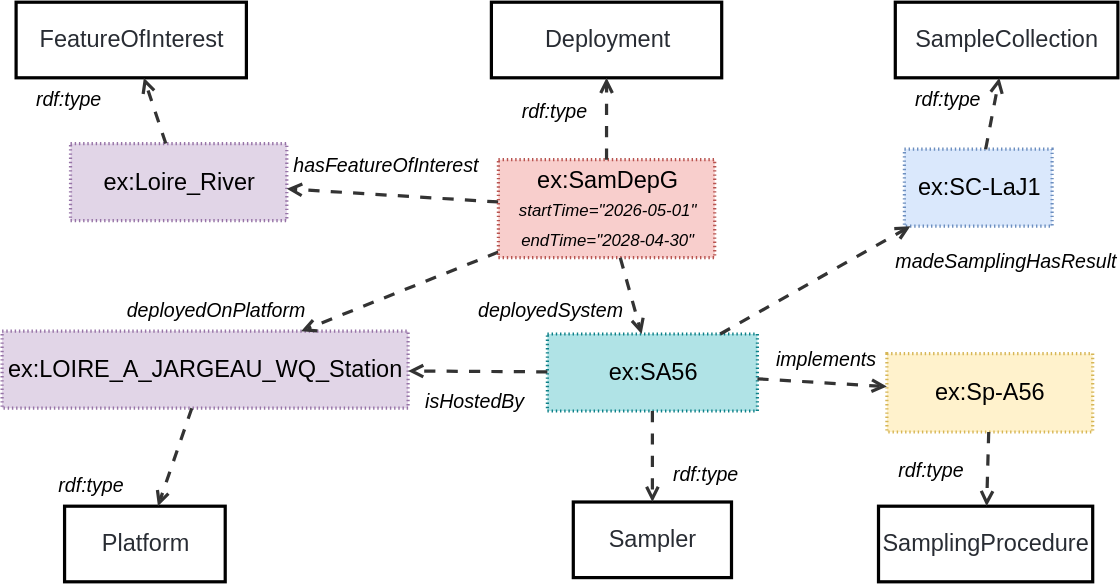
Above: ssn/images/PlannedDeployment.svg in w3c/sdw-sosa-ssn (draw.io), before the change. Source tidied: cells renumbered, new cells last; positions are measured from the earlier drawing's top-left corner, leaving out a move shared by most shapes.
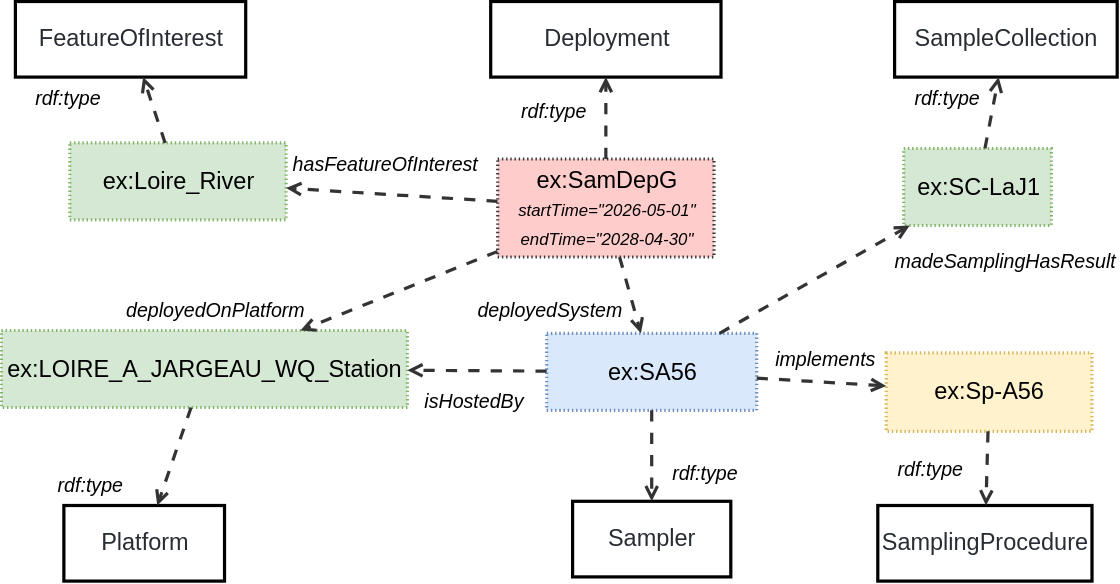
Later version of the same file.

Diff of the diagram source:
```diff
@@ -2,7 +2,7 @@
   <root>
     <mxCell id="0" />
     <mxCell id="1" parent="0" />
-    <mxCell id="2" value="ex:SC-LaJ1" style="html=1;overflow=block;blockSpacing=1;whiteSpace=wrap;fontSize=16.8;align=center;spacing=0;strokeOpacity=100;fillColor=#dae8fc;dashed=1;fixDash=1;dashPattern=1 2;strokeWidth=2.3;strokeColor=#6c8ebf;" parent="1" vertex="1">
+    <mxCell id="2" value="ex:SC-LaJ1" style="html=1;overflow=block;blockSpacing=1;whiteSpace=wrap;fontSize=16.8;align=center;spacing=0;strokeOpacity=100;fillColor=#d5e8d4;dashed=1;fixDash=1;dashPattern=1 2;strokeWidth=2.3;strokeColor=#82b366;" parent="1" vertex="1">
       <mxGeometry x="644.5" y="105" width="105.5" height="55" as="geometry" />
     </mxCell>
     <mxCell id="3" value="SampleCollection" style="html=1;overflow=block;blockSpacing=1;whiteSpace=wrap;fontSize=16.8;fontColor=#282c33;align=center;spacing=0;strokeOpacity=100;fillColor=none;strokeWidth=2.3;" parent="1" vertex="1">
@@ -14,7 +14,7 @@
     <mxCell id="5" value="rdf:type" style="html=1;overflow=block;blockSpacing=1;whiteSpace=wrap;fontSize=14;fontStyle=2;align=center;spacing=0;strokeColor=none;strokeOpacity=100;fillOpacity=100;fillColor=none;strokeWidth=2.3;lucidId=ZyNQdXScJ7d8;" parent="1" vertex="1">
       <mxGeometry x="638" y="54" width="75" height="30" as="geometry" />
     </mxCell>
-    <mxCell id="6" value="ex:Loire_River" style="html=1;overflow=block;blockSpacing=1;whiteSpace=wrap;fontSize=16.8;align=center;spacing=0;strokeOpacity=100;fillColor=#e1d5e7;dashed=1;fixDash=1;dashPattern=1 2;strokeWidth=2.3;strokeColor=#9673a6;" parent="1" vertex="1">
+    <mxCell id="6" value="ex:Loire_River" style="html=1;overflow=block;blockSpacing=1;whiteSpace=wrap;fontSize=16.8;align=center;spacing=0;strokeOpacity=100;fillColor=#d5e8d4;dashed=1;fixDash=1;dashPattern=1 2;strokeWidth=2.3;strokeColor=#82b366;" parent="1" vertex="1">
       <mxGeometry x="48.9" y="101" width="154.5" height="55" as="geometry" />
     </mxCell>
     <mxCell id="7" style="html=1;jettySize=18;whiteSpace=wrap;fontSize=13;strokeColor=#333333;strokeOpacity=100;dashed=1;fixDash=1;dashPattern=8 8;strokeWidth=2.3;rounded=0;arcSize=24;startArrow=none;endArrow=open;lucidId=a.MQUB3mGXbf;" parent="1" edge="1" source="30" target="6">
@@ -32,7 +32,7 @@
     <mxCell id="11" style="html=1;jettySize=18;whiteSpace=wrap;fontSize=13;strokeColor=#333333;strokeOpacity=100;dashed=1;fixDash=1;dashPattern=8 8;strokeWidth=2.3;rounded=0;startArrow=none;endArrow=open;lucidId=XvNQ3zJcAKRb;" parent="1" edge="1" source="6" target="9">
       <mxGeometry relative="1" as="geometry" />
     </mxCell>
-    <mxCell id="12" value="ex:SA56" style="html=1;overflow=block;blockSpacing=1;whiteSpace=wrap;fontSize=16.8;align=center;spacing=0;strokeOpacity=100;fillColor=#b0e3e6;dashed=1;fixDash=1;dashPattern=1 2;strokeWidth=2.3;strokeColor=#0e8088;" parent="1" vertex="1">
+    <mxCell id="12" value="ex:SA56" style="html=1;overflow=block;blockSpacing=1;whiteSpace=wrap;fontSize=16.8;align=center;spacing=0;strokeOpacity=100;fillColor=#dae8fc;dashed=1;fixDash=1;dashPattern=1 2;strokeWidth=2.3;strokeColor=#6c8ebf;" parent="1" vertex="1">
       <mxGeometry x="389.5" y="237" width="150" height="55" as="geometry" />
     </mxCell>
     <mxCell id="13" value="Sampler" style="html=1;overflow=block;blockSpacing=1;whiteSpace=wrap;fontSize=16.8;fontColor=#282c33;align=center;spacing=0;strokeOpacity=100;fillColor=none;strokeWidth=2.3;" parent="1" vertex="1">
@@ -50,7 +50,7 @@
     <mxCell id="17" value="madeSamplingHasResult" style="html=1;overflow=block;blockSpacing=1;whiteSpace=wrap;fontSize=14;fontStyle=2;align=center;spacing=0;strokeColor=none;strokeOpacity=100;fillOpacity=100;fillColor=none;strokeWidth=2.3;lucidId=a.MQIzYVmevB;" parent="1" vertex="1">
       <mxGeometry x="638" y="170" width="75" height="30" as="geometry" />
     </mxCell>
-    <mxCell id="18" value="ex:LOIRE_A_JARGEAU_WQ_Station" style="html=1;overflow=block;blockSpacing=1;whiteSpace=wrap;fontSize=16.8;align=center;spacing=0;strokeOpacity=100;fillColor=#e1d5e7;dashed=1;fixDash=1;dashPattern=1 2;strokeWidth=2.3;strokeColor=#9673a6;" parent="1" vertex="1">
+    <mxCell id="18" value="ex:LOIRE_A_JARGEAU_WQ_Station" style="html=1;overflow=block;blockSpacing=1;whiteSpace=wrap;fontSize=16.8;align=center;spacing=0;strokeOpacity=100;fillColor=#d5e8d4;dashed=1;fixDash=1;dashPattern=1 2;strokeWidth=2.3;strokeColor=#82b366;" parent="1" vertex="1">
       <mxGeometry y="235" width="290" height="55" as="geometry" />
     </mxCell>
     <mxCell id="19" value="Platform" style="html=1;overflow=block;blockSpacing=1;whiteSpace=wrap;fontSize=16.8;fontColor=#282c33;align=center;spacing=0;strokeOpacity=100;fillColor=none;strokeWidth=2.3;" parent="1" vertex="1">
@@ -86,7 +86,7 @@
     <mxCell id="29" value="implements" style="html=1;overflow=block;blockSpacing=1;whiteSpace=wrap;fontSize=14;fontStyle=2;align=center;spacing=0;strokeColor=none;strokeOpacity=100;fillOpacity=100;fillColor=none;strokeWidth=2.3;lucidId=ZyNQdXScJ7d8;" parent="1" vertex="1">
       <mxGeometry x="551" y="240" width="75" height="30" as="geometry" />
     </mxCell>
-    <mxCell id="30" value="ex:SamDepG&lt;br&gt;&lt;font style=&quot;font-size: 12px;&quot;&gt;&lt;i&gt;startTime=&quot;2026-05-01&quot;&lt;br&gt;endTime=&quot;2028-04-30&quot;&lt;/i&gt;&lt;/font&gt;" style="html=1;overflow=block;blockSpacing=1;whiteSpace=wrap;fontSize=16.8;align=center;spacing=0;strokeOpacity=100;fillColor=#f8cecc;dashed=1;fixDash=1;dashPattern=1 2;strokeWidth=2.3;strokeColor=#b85450;" parent="1" vertex="1">
+    <mxCell id="30" value="ex:SamDepG&lt;br&gt;&lt;font style=&quot;font-size: 12px;&quot;&gt;&lt;i&gt;startTime=&quot;2026-05-01&quot;&lt;br&gt;endTime=&quot;2028-04-30&quot;&lt;/i&gt;&lt;/font&gt;" style="html=1;overflow=block;blockSpacing=1;whiteSpace=wrap;fontSize=16.8;align=center;spacing=0;strokeOpacity=100;fillColor=#ffcccc;dashed=1;fixDash=1;dashPattern=1 2;strokeWidth=2.3;strokeColor=#36393d;" parent="1" vertex="1">
       <mxGeometry x="354.5" y="112.5" width="154.5" height="70" as="geometry" />
     </mxCell>
     <mxCell id="31" value="Deployment" style="html=1;overflow=block;blockSpacing=1;whiteSpace=wrap;fontSize=16.8;fontColor=#282c33;align=center;spacing=0;strokeOpacity=100;fillColor=none;strokeWidth=2.3;" parent="1" vertex="1">
```
